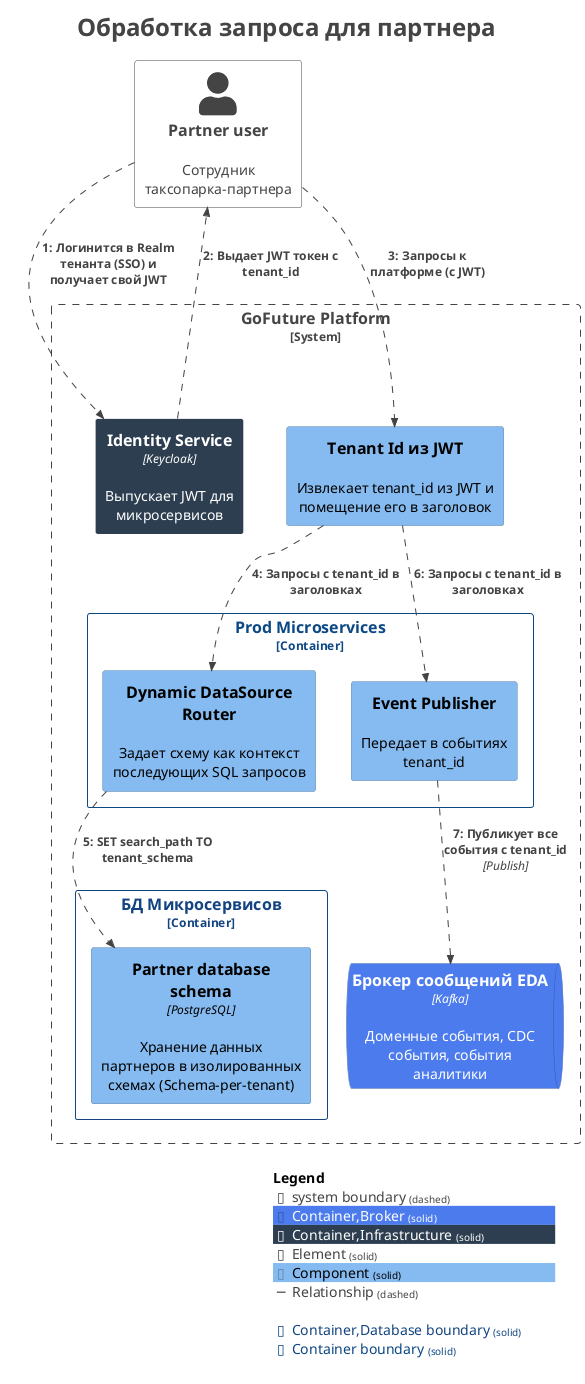
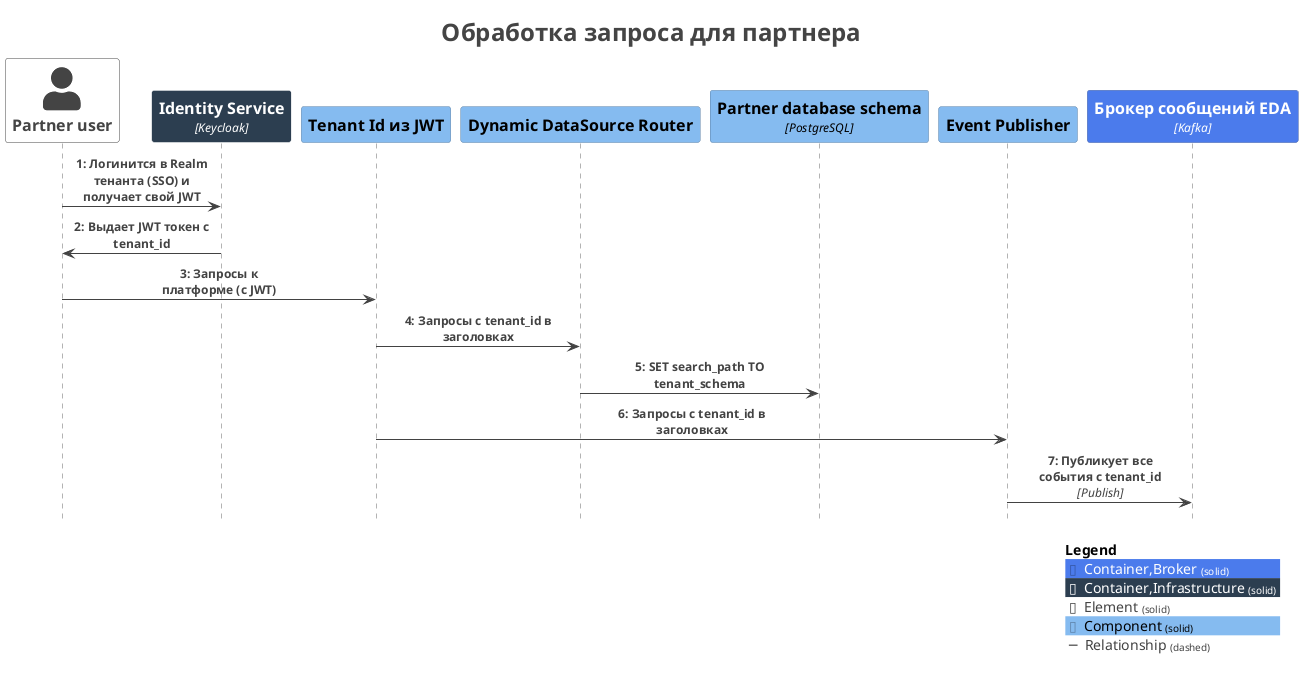
@startuml
title <size:24>Обработка запроса для партнера</size>

set separator none
- top to bottom direction

<style>
  root {
    BackgroundColor: #ffffff
    FontColor: #444444
  }
</style>

- !include <C4/C4>
- !include <C4/C4_Context>
- !include <C4/C4_Container>
- !include <C4/C4_Component>
+ !include <C4/C4_Sequence>

AddElementTag("Container,Broker", $bgColor="#4b7bec", $borderColor="#3456a5", $fontColor="#ffffff", $sprite="", $shadowing="", $borderStyle="solid")
AddElementTag("Container,Infrastructure", $bgColor="#2c3e50", $borderColor="#ffffff", $fontColor="#ffffff", $sprite="", $shadowing="", $borderStyle="solid")
AddElementTag("Element", $bgColor="#ffffff", $borderColor="#444444", $fontColor="#444444", $sprite="", $shadowing="", $borderStyle="solid")
AddElementTag("Component", $bgColor="#85bbf0", $borderColor="#5d82a8", $fontColor="#000000", $sprite="", $shadowing="", $borderStyle="solid")

AddRelTag("Relationship", $textColor="#424242", $lineColor="#424242", $lineStyle = DashedLine())

- AddBoundaryTag("Container,Infrastructure", $bgColor="#ffffff", $borderColor="#ffffff", $fontColor="#ffffff", $shadowing="", $borderStyle="solid")
- AddBoundaryTag("Container,Database", $bgColor="#ffffff", $borderColor="#134481", $fontColor="#134481", $shadowing="", $borderStyle="solid")
- AddBoundaryTag("Container", $bgColor="#ffffff", $borderColor="#0b4884", $fontColor="#0b4884", $shadowing="", $borderStyle="solid")
- 
Person(Partneruser, "Partner user", $descr="Сотрудник таксопарка-партнера", $tags="Element", $link="")
- 
- System_Boundary("GoFuturePlatform_boundary", "GoFuture Platform", $tags="Element") {
-   Container_Boundary("GoFuturePlatform.ProdMicroservices_boundary", "Prod Microservices", $tags="Container") {
-     Component(GoFuturePlatform.ProdMicroservices.DynamicDataSourceRouter, "Dynamic DataSource Router", $techn="", $descr="Задает схему как контекст последующих SQL запросов", $tags="Component", $link="")
-     Component(GoFuturePlatform.ProdMicroservices.EventPublisher, "Event Publisher", $techn="", $descr="Передает в событиях tenant_id", $tags="Component", $link="")
-   }
- 
-   Container_Boundary("GoFuturePlatform.БДМикросервисов_boundary", "БД Микросервисов", $tags="Container,Database") {
-     Component(GoFuturePlatform.БДМикросервисов.Partnerdatabaseschema, "Partner database schema", $techn="PostgreSQL", $descr="Хранение данных партнеров в изолированных схемах (Schema-per-tenant)", $tags="Component", $link="")
-   }
- 
-   Container_Boundary("GoFuturePlatform.APIGateway_boundary", "API Gateway", $tags="Container,Infrastructure") {
-     Component(GoFuturePlatform.APIGateway.TenantIdизJWT, "Tenant Id из JWT", $techn="", $descr="Извлекает tenant_id из JWT и помещение его в заголовок", $tags="Component", $link="")
-   }
- 
-   ContainerQueue(GoFuturePlatform.БрокерсообщенийEDA, "Брокер сообщений EDA", $techn="Kafka", $descr="Доменные события, CDC события, события аналитики", $tags="Container,Broker", $link="")
-   Container(GoFuturePlatform.IdentityService, "Identity Service", $techn="Keycloak", $descr="Выпускает JWT для микросервисов", $tags="Container,Infrastructure", $link="")
- }
- 
+ Container(GoFuturePlatform.IdentityService, "Identity Service", $techn="Keycloak", $descr="Выпускает JWT для микросервисов", $tags="Container,Infrastructure", $link="")
+ Component(GoFuturePlatform.APIGateway.TenantIdизJWT, "Tenant Id из JWT", $techn="", $descr="Извлекает tenant_id из JWT и помещение его в заголовок", $tags="Component", $link="")
+ Component(GoFuturePlatform.ProdMicroservices.DynamicDataSourceRouter, "Dynamic DataSource Router", $techn="", $descr="Задает схему как контекст последующих SQL запросов", $tags="Component", $link="")
+ Component(GoFuturePlatform.БДМикросервисов.Partnerdatabaseschema, "Partner database schema", $techn="PostgreSQL", $descr="Хранение данных партнеров в изолированных схемах (Schema-per-tenant)", $tags="Component", $link="")
+ Component(GoFuturePlatform.ProdMicroservices.EventPublisher, "Event Publisher", $techn="", $descr="Передает в событиях tenant_id", $tags="Component", $link="")
ContainerQueue(GoFuturePlatform.БрокерсообщенийEDA, "Брокер сообщений EDA", $techn="Kafka", $descr="Доменные события, CDC события, события аналитики", $tags="Container,Broker", $link="")
- Container(GoFuturePlatform.IdentityService, "Identity Service", $techn="Keycloak", $descr="Выпускает JWT для микросервисов", $tags="Container,Infrastructure", $link="")
- Person(Partneruser, "Partner user", $descr="Сотрудник таксопарка-партнера", $tags="Element", $link="")

Rel(Partneruser, GoFuturePlatform.IdentityService, "1: Логинится в Realm тенанта (SSO) и получает свой JWT", $techn="", $tags="Relationship", $link="")
Rel(GoFuturePlatform.IdentityService, Partneruser, "2: Выдает JWT токен с tenant_id", $techn="", $tags="Relationship", $link="")
Rel(Partneruser, GoFuturePlatform.APIGateway.TenantIdизJWT, "3: Запросы к платформе (с JWT)", $techn="", $tags="Relationship", $link="")
Rel(GoFuturePlatform.APIGateway.TenantIdизJWT, GoFuturePlatform.ProdMicroservices.DynamicDataSourceRouter, "4: Запросы с tenant_id в заголовках", $techn="", $tags="Relationship", $link="")
Rel(GoFuturePlatform.ProdMicroservices.DynamicDataSourceRouter, GoFuturePlatform.БДМикросервисов.Partnerdatabaseschema, "5: SET search_path TO tenant_schema", $techn="", $tags="Relationship", $link="")
Rel(GoFuturePlatform.APIGateway.TenantIdизJWT, GoFuturePlatform.ProdMicroservices.EventPublisher, "6: Запросы с tenant_id в заголовках", $techn="", $tags="Relationship", $link="")
Rel(GoFuturePlatform.ProdMicroservices.EventPublisher, GoFuturePlatform.БрокерсообщенийEDA, "7: Публикует все события с tenant_id", $techn="Publish", $tags="Relationship", $link="")

SHOW_LEGEND(true)
hide stereotypes
@enduml